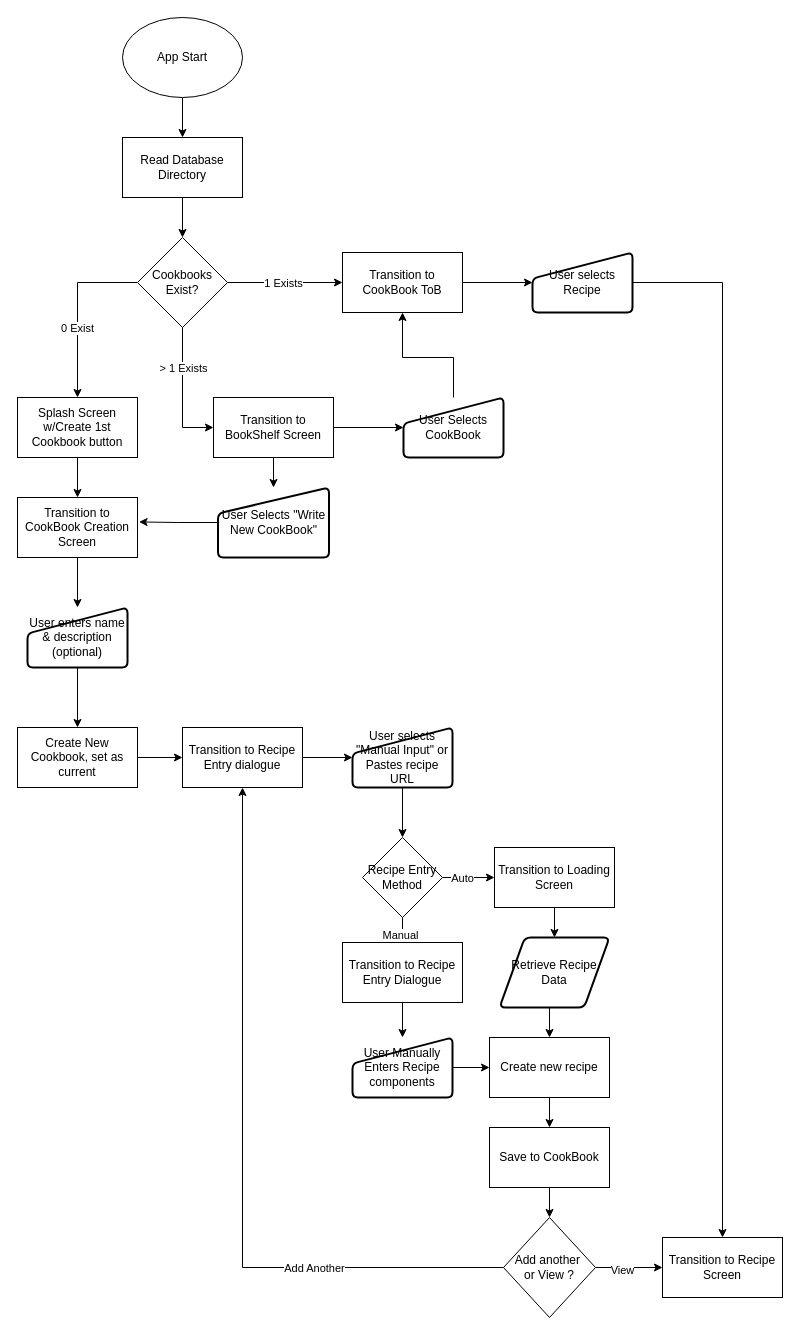
This is diagrams/Groshy-flow.drawio from Caffeine-Infused-Coders/GroshyApp, a draw.io file, before an edit. Source tidied: cells renumbered, new cells numbered last; positions are measured from the earlier drawing's top-left corner, leaving out a move shared by most shapes. Both pictures are drawn from the tidied source at 100%, with x=0, y=0 at pixel (17, 17).
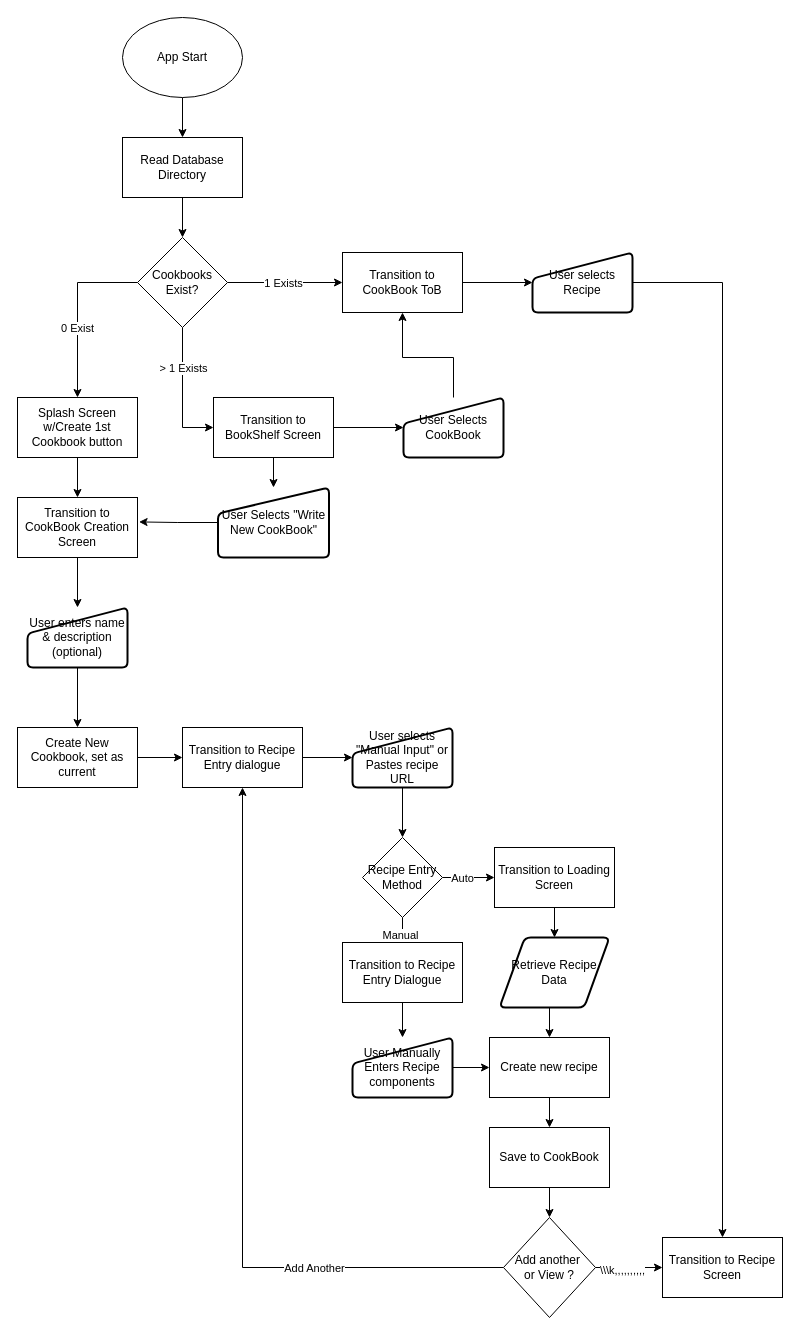
After the change.

Commit message (it also covers changes not shown here):
Rework of gui post flowchart completion. Splash screen now in use and connecting cookbook data to cookbook ToC screen.

Unchanged cells that the change refers to:
```xml
<mxCell id="56" style="edgeStyle=orthogonalEdgeStyle;rounded=0;jettySize=auto;html=1;exitX=1;exitY=0.5;exitDx=0;exitDy=0;entryX=0;entryY=0.5;entryDx=0;entryDy=0;" parent="1" edge="1" source="58" target="36">
  <mxGeometry relative="1" as="geometry" />
</mxCell>
```

Change to the diagram source:
```diff
@@
-    <mxCell id="57" value="View" style="edgeLabel;html=1;align=center;verticalAlign=middle;" parent="56" vertex="1">
+    <mxCell id="57" value="\\\k,,,,,,,,,," style="edgeLabel;html=1;align=center;verticalAlign=middle;" parent="56" vertex="1">
       <mxGeometry x="-0.21" y="-2" relative="1" as="geometry" />
     </mxCell>
```
